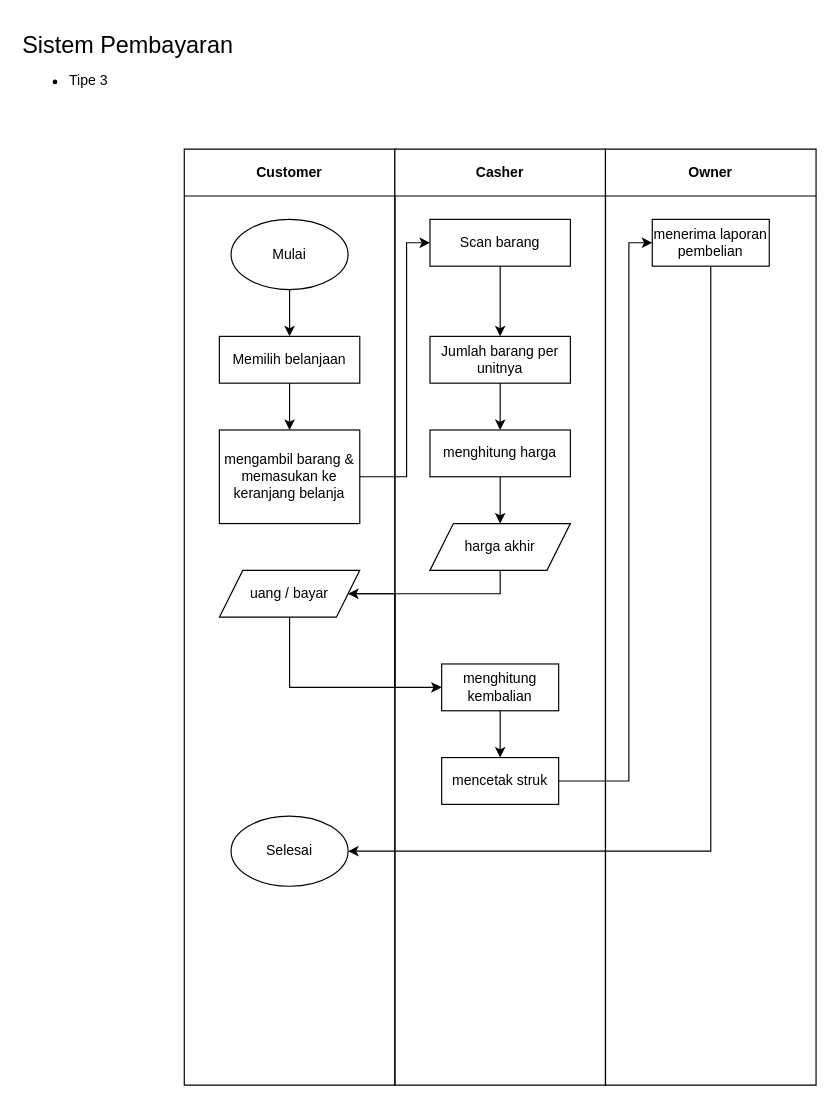
Above: page "Type-3" (3 of 3) of Sistem Pembayaran.drawio in amentobing/flowchart-algo1A (draw.io), before the change. Source tidied: cells renumbered, new cells numbered last; positions are measured from the earlier drawing's top-left corner, leaving out a move shared by most shapes. Both pictures are drawn from the tidied source at 117%, with x=0, y=0 at pixel (20, 20).
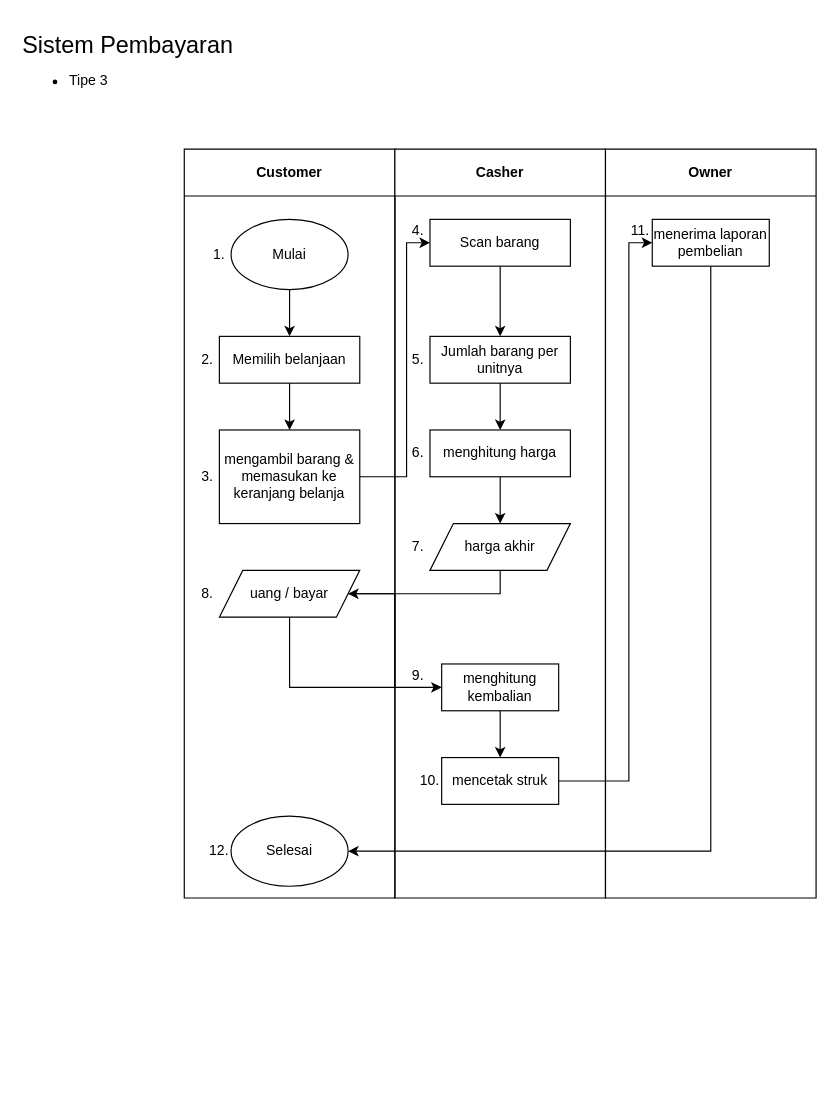
The same diagram, later.

What changed in the source:
```diff
@@
     <mxCell id="3" value="Customer" style="swimlane;whiteSpace=wrap;html=1;startSize=40;" parent="1" vertex="1">
-      <mxGeometry x="140" y="110" width="180" height="800" as="geometry" />
+      <mxGeometry x="140" y="110" width="180" height="640" as="geometry" />
     </mxCell>
@@
+    <mxCell id="30" value="1." style="text;html=1;strokeColor=none;fillColor=none;align=center;verticalAlign=middle;whiteSpace=wrap;rounded=0;" parent="3" vertex="1">
+      <mxGeometry x="20" y="80" width="20" height="20" as="geometry" />
+    </mxCell>
+    <mxCell id="31" value="2." style="text;html=1;strokeColor=none;fillColor=none;align=center;verticalAlign=middle;whiteSpace=wrap;rounded=0;" parent="3" vertex="1">
+      <mxGeometry x="10" y="170" width="20" height="20" as="geometry" />
+    </mxCell>
+    <mxCell id="32" value="3." style="text;html=1;strokeColor=none;fillColor=none;align=center;verticalAlign=middle;whiteSpace=wrap;rounded=0;" parent="3" vertex="1">
+      <mxGeometry x="10" y="270" width="20" height="20" as="geometry" />
+    </mxCell>
+    <mxCell id="33" value="8." style="text;html=1;strokeColor=none;fillColor=none;align=center;verticalAlign=middle;whiteSpace=wrap;rounded=0;" parent="3" vertex="1">
+      <mxGeometry x="10" y="370" width="20" height="20" as="geometry" />
+    </mxCell>
+    <mxCell id="34" value="12." style="text;html=1;strokeColor=none;fillColor=none;align=center;verticalAlign=middle;whiteSpace=wrap;rounded=0;" parent="3" vertex="1">
+      <mxGeometry x="20" y="590" width="20" height="20" as="geometry" />
+    </mxCell>
     <mxCell id="13" value="Casher" style="swimlane;whiteSpace=wrap;html=1;startSize=40;" parent="1" vertex="1">
-      <mxGeometry x="320" y="110" width="180" height="800" as="geometry" />
+      <mxGeometry x="320" y="110" width="180" height="640" as="geometry" />
     </mxCell>
@@
+    <mxCell id="35" value="4." style="text;html=1;strokeColor=none;fillColor=none;align=center;verticalAlign=middle;whiteSpace=wrap;rounded=0;" parent="13" vertex="1">
+      <mxGeometry x="10" y="60" width="20" height="20" as="geometry" />
+    </mxCell>
+    <mxCell id="36" value="5." style="text;html=1;strokeColor=none;fillColor=none;align=center;verticalAlign=middle;whiteSpace=wrap;rounded=0;" parent="13" vertex="1">
+      <mxGeometry x="10" y="170" width="20" height="20" as="geometry" />
+    </mxCell>
+    <mxCell id="37" value="6." style="text;html=1;strokeColor=none;fillColor=none;align=center;verticalAlign=middle;whiteSpace=wrap;rounded=0;" parent="13" vertex="1">
+      <mxGeometry x="10" y="250" width="20" height="20" as="geometry" />
+    </mxCell>
+    <mxCell id="38" value="7." style="text;html=1;strokeColor=none;fillColor=none;align=center;verticalAlign=middle;whiteSpace=wrap;rounded=0;" parent="13" vertex="1">
+      <mxGeometry x="10" y="330" width="20" height="20" as="geometry" />
+    </mxCell>
+    <mxCell id="39" value="9." style="text;html=1;strokeColor=none;fillColor=none;align=center;verticalAlign=middle;whiteSpace=wrap;rounded=0;" parent="13" vertex="1">
+      <mxGeometry x="10" y="440" width="20" height="20" as="geometry" />
+    </mxCell>
+    <mxCell id="40" value="10." style="text;html=1;strokeColor=none;fillColor=none;align=center;verticalAlign=middle;whiteSpace=wrap;rounded=0;" parent="13" vertex="1">
+      <mxGeometry x="20" y="530" width="20" height="20" as="geometry" />
+    </mxCell>
@@
     <mxCell id="26" value="Owner" style="swimlane;whiteSpace=wrap;html=1;startSize=40;" parent="1" vertex="1">
-      <mxGeometry x="500" y="110" width="180" height="800" as="geometry" />
+      <mxGeometry x="500" y="110" width="180" height="640" as="geometry" />
     </mxCell>
@@
+    <mxCell id="41" value="11." style="text;html=1;strokeColor=none;fillColor=none;align=center;verticalAlign=middle;whiteSpace=wrap;rounded=0;" parent="26" vertex="1">
+      <mxGeometry x="20" y="60" width="20" height="20" as="geometry" />
+    </mxCell>
```
